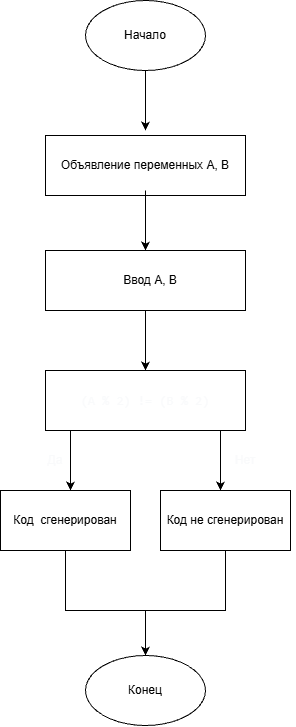
The draw.io diagram shema4.png in mirelle0/homework4, before a commit. Source tidied: cells renumbered, new cells last; positions are measured from the earlier drawing's top-left corner, leaving out a move shared by most shapes. Its diagram source:
```xml
<mxGraphModel>
  <root>
    <mxCell id="0" />
    <mxCell id="1" parent="0" />
    <mxCell id="2" style="ellipse;whiteSpace=wrap;html=1;shapeInside=1;" parent="1" vertex="1">
      <mxGeometry x="85" width="120" height="70" as="geometry" />
    </mxCell>
    <mxCell id="3" value="Начало" style="text;html=1;whiteSpace=wrap;strokeColor=none;fillColor=none;align=center;verticalAlign=middle;rounded=0;" parent="1" vertex="1">
      <mxGeometry x="110" y="20" width="70" height="30" as="geometry" />
    </mxCell>
    <mxCell id="4" style="ellipse;whiteSpace=wrap;html=1;shapeInside=1;" parent="1" vertex="1">
      <mxGeometry x="85" y="655" width="120" height="70" as="geometry" />
    </mxCell>
    <mxCell id="5" value="Конец" style="text;html=1;whiteSpace=wrap;strokeColor=none;fillColor=none;align=center;verticalAlign=middle;rounded=0;" parent="1" vertex="1">
      <mxGeometry x="115" y="675" width="60" height="30" as="geometry" />
    </mxCell>
    <mxCell id="6" style="rounded=0;whiteSpace=wrap;html=1;" parent="1" vertex="1">
      <mxGeometry x="45" y="135" width="200" height="60" as="geometry" />
    </mxCell>
    <mxCell id="7" value="Объявление переменных A, B" style="text;html=1;whiteSpace=wrap;strokeColor=none;fillColor=none;align=center;verticalAlign=middle;rounded=0;" parent="1" vertex="1">
      <mxGeometry x="50" y="150" width="190" height="30" as="geometry" />
    </mxCell>
    <mxCell id="8" style="endArrow=classic;html=1;rounded=0;exitX=0.5;exitY=1;exitDx=0;exitDy=0;" parent="1" edge="1">
      <mxGeometry relative="1" as="geometry">
        <mxPoint x="145" y="190" as="sourcePoint" />
        <mxPoint x="145" y="250" as="targetPoint" />
        <Array as="points">
          <mxPoint x="145" y="220" />
        </Array>
      </mxGeometry>
    </mxCell>
    <mxCell id="9" style="rounded=0;whiteSpace=wrap;html=1;" parent="1" vertex="1">
      <mxGeometry x="45" y="250" width="200" height="60" as="geometry" />
    </mxCell>
    <mxCell id="10" value="Ввод A, B" style="text;html=1;whiteSpace=wrap;strokeColor=none;fillColor=none;align=center;verticalAlign=middle;rounded=0;" parent="1" vertex="1">
      <mxGeometry x="110" y="265" width="80" height="30" as="geometry" />
    </mxCell>
    <mxCell id="11" style="endArrow=classic;html=1;rounded=0;exitX=0.5;exitY=1;exitDx=0;exitDy=0;" parent="1" edge="1">
      <mxGeometry relative="1" as="geometry">
        <mxPoint x="145" y="310" as="sourcePoint" />
        <mxPoint x="145" y="370" as="targetPoint" />
        <Array as="points">
          <mxPoint x="145" y="340" />
        </Array>
      </mxGeometry>
    </mxCell>
    <mxCell id="12" style="endArrow=classic;html=1;rounded=0;exitX=0.5;exitY=1;exitDx=0;exitDy=0;" parent="1" edge="1">
      <mxGeometry relative="1" as="geometry">
        <mxPoint x="145" y="70" as="sourcePoint" />
        <mxPoint x="145" y="130" as="targetPoint" />
        <Array as="points">
          <mxPoint x="145" y="100" />
        </Array>
      </mxGeometry>
    </mxCell>
    <mxCell id="13" value="&lt;pre style=&quot;font-style: normal; font-variant: normal; font-size-adjust: none; font-language-override: normal; font-kerning: auto; font-optical-sizing: auto; font-feature-settings: normal; font-variation-settings: normal; font-stretch: normal; font-size: 13px; line-height: 22px; font-family: Menlo, Monaco, Consolas, &amp;quot;Cascadia Mono&amp;quot;, &amp;quot;Ubuntu Mono&amp;quot;, &amp;quot;DejaVu Sans Mono&amp;quot;, &amp;quot;Liberation Mono&amp;quot;, &amp;quot;JetBrains Mono&amp;quot;, &amp;quot;Fira Code&amp;quot;, Cousine, &amp;quot;Roboto Mono&amp;quot;, &amp;quot;Courier New&amp;quot;, Courier, sans-serif, system-ui; overflow: auto; white-space: pre-wrap; word-break: break-all; padding: 16px; text-align: start; margin: 0px !important;&quot;&gt;&lt;span style=&quot;color: light-dark(rgb(249, 250, 251), rgb(0, 0, 0));&quot;&gt;(A % 2) != (B % 2)&lt;/span&gt;&lt;/pre&gt;" style="rounded=0;whiteSpace=wrap;html=1;" parent="1" vertex="1">
      <mxGeometry x="45" y="370" width="200" height="60" as="geometry" />
    </mxCell>
    <mxCell id="14" style="endArrow=classic;html=1;rounded=0;exitX=0.5;exitY=1;exitDx=0;exitDy=0;" parent="1" edge="1">
      <mxGeometry relative="1" as="geometry">
        <mxPoint x="70" y="430" as="sourcePoint" />
        <mxPoint x="70" y="490" as="targetPoint" />
        <Array as="points">
          <mxPoint x="70" y="460" />
        </Array>
      </mxGeometry>
    </mxCell>
    <mxCell id="15" style="endArrow=classic;html=1;rounded=0;exitX=0.5;exitY=1;exitDx=0;exitDy=0;" parent="1" edge="1">
      <mxGeometry relative="1" as="geometry">
        <mxPoint x="220" y="430" as="sourcePoint" />
        <mxPoint x="220" y="490" as="targetPoint" />
        <Array as="points">
          <mxPoint x="220" y="460" />
        </Array>
      </mxGeometry>
    </mxCell>
    <mxCell id="16" style="rounded=0;whiteSpace=wrap;html=1;" parent="1" vertex="1">
      <mxGeometry y="490" width="130" height="60" as="geometry" />
    </mxCell>
    <mxCell id="17" value="Код&amp;nbsp; сгенерирован" style="text;html=1;whiteSpace=wrap;strokeColor=none;fillColor=none;align=center;verticalAlign=middle;rounded=0;" parent="1" vertex="1">
      <mxGeometry y="505" width="130" height="30" as="geometry" />
    </mxCell>
    <mxCell id="18" style="rounded=0;whiteSpace=wrap;html=1;" parent="1" vertex="1">
      <mxGeometry x="160" y="490" width="130" height="60" as="geometry" />
    </mxCell>
    <mxCell id="19" value="Код не сгенерирован" style="text;html=1;whiteSpace=wrap;strokeColor=none;fillColor=none;align=center;verticalAlign=middle;rounded=0;" parent="1" vertex="1">
      <mxGeometry x="155" y="505" width="140" height="30" as="geometry" />
    </mxCell>
    <mxCell id="20" value="&lt;span style=&quot;color: light-dark(rgb(249, 250, 251), rgb(255, 255, 255));&quot;&gt;Да&lt;/span&gt;" style="text;html=1;whiteSpace=wrap;strokeColor=none;fillColor=none;align=center;verticalAlign=middle;rounded=0;" parent="1" vertex="1">
      <mxGeometry x="35" y="445" width="40" height="30" as="geometry" />
    </mxCell>
    <mxCell id="21" value="&lt;span style=&quot;color: light-dark(rgb(249, 250, 251), rgb(255, 255, 255));&quot;&gt;Нет&lt;/span&gt;" style="text;html=1;whiteSpace=wrap;strokeColor=none;fillColor=none;align=center;verticalAlign=middle;rounded=0;" parent="1" vertex="1">
      <mxGeometry x="225" y="445" width="40" height="30" as="geometry" />
    </mxCell>
    <mxCell id="22" style="endArrow=classic;html=1;rounded=0;exitX=0.5;exitY=1;exitDx=0;exitDy=0;entryX=0.5;entryY=0;entryDx=0;entryDy=0;" parent="1" edge="1" source="16" target="4">
      <mxGeometry relative="1" as="geometry">
        <Array as="points">
          <mxPoint x="65" y="610" />
          <mxPoint x="145" y="610" />
        </Array>
      </mxGeometry>
    </mxCell>
    <mxCell id="23" style="endArrow=classic;html=1;rounded=0;exitX=0.5;exitY=1;exitDx=0;exitDy=0;entryX=0.5;entryY=0;entryDx=0;entryDy=0;" parent="1" edge="1" source="18" target="4">
      <mxGeometry relative="1" as="geometry">
        <Array as="points">
          <mxPoint x="225" y="610" />
          <mxPoint x="145" y="610" />
        </Array>
      </mxGeometry>
    </mxCell>
  </root>
</mxGraphModel>
```
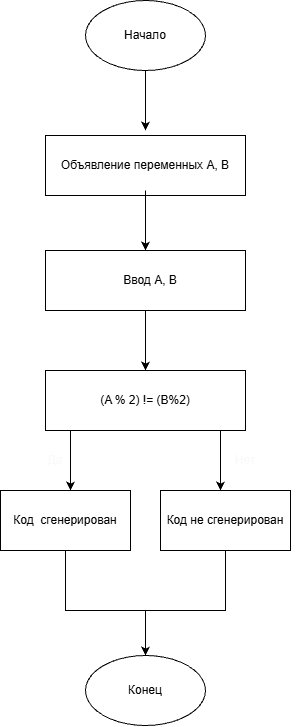
After the commit.

Change to the diagram source:
```diff
@@ -53,9 +53,6 @@
         </Array>
       </mxGeometry>
     </mxCell>
-    <mxCell id="13" value="&lt;pre style=&quot;font-style: normal; font-variant: normal; font-size-adjust: none; font-language-override: normal; font-kerning: auto; font-optical-sizing: auto; font-feature-settings: normal; font-variation-settings: normal; font-stretch: normal; font-size: 13px; line-height: 22px; font-family: Menlo, Monaco, Consolas, &amp;quot;Cascadia Mono&amp;quot;, &amp;quot;Ubuntu Mono&amp;quot;, &amp;quot;DejaVu Sans Mono&amp;quot;, &amp;quot;Liberation Mono&amp;quot;, &amp;quot;JetBrains Mono&amp;quot;, &amp;quot;Fira Code&amp;quot;, Cousine, &amp;quot;Roboto Mono&amp;quot;, &amp;quot;Courier New&amp;quot;, Courier, sans-serif, system-ui; overflow: auto; white-space: pre-wrap; word-break: break-all; padding: 16px; text-align: start; margin: 0px !important;&quot;&gt;&lt;span style=&quot;color: light-dark(rgb(249, 250, 251), rgb(0, 0, 0));&quot;&gt;(A % 2) != (B % 2)&lt;/span&gt;&lt;/pre&gt;" style="rounded=0;whiteSpace=wrap;html=1;" parent="1" vertex="1">
-      <mxGeometry x="45" y="370" width="200" height="60" as="geometry" />
-    </mxCell>
     <mxCell id="14" style="endArrow=classic;html=1;rounded=0;exitX=0.5;exitY=1;exitDx=0;exitDy=0;" parent="1" edge="1">
       <mxGeometry relative="1" as="geometry">
         <mxPoint x="70" y="430" as="sourcePoint" />
@@ -108,5 +105,11 @@
         </Array>
       </mxGeometry>
     </mxCell>
+    <mxCell id="24" style="rounded=0;whiteSpace=wrap;html=1;" parent="1" vertex="1">
+      <mxGeometry x="45" y="370" width="200" height="60" as="geometry" />
+    </mxCell>
+    <mxCell id="25" value="(A % 2) != (B%2)" style="text;html=1;whiteSpace=wrap;strokeColor=none;fillColor=none;align=center;verticalAlign=middle;rounded=0;" parent="1" vertex="1">
+      <mxGeometry x="90" y="385" width="110" height="30" as="geometry" />
+    </mxCell>
   </root>
 </mxGraphModel>
```
